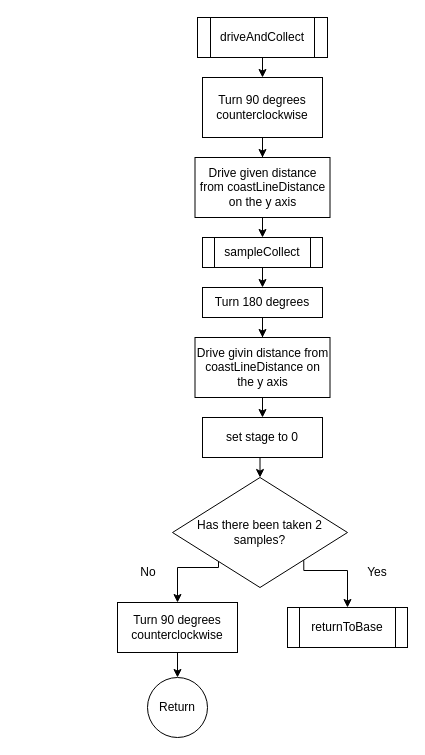
Earlier version of the draw.io diagram Draw/driveAndContinue.drawio (jens1906/P1-project-1.-semester). Source tidied: cells renumbered, new cells numbered last; positions are measured from the earlier drawing's top-left corner, leaving out a move shared by most shapes. Both pictures are drawn from the tidied source at 100%, with x=0, y=0 at pixel (117, 17).
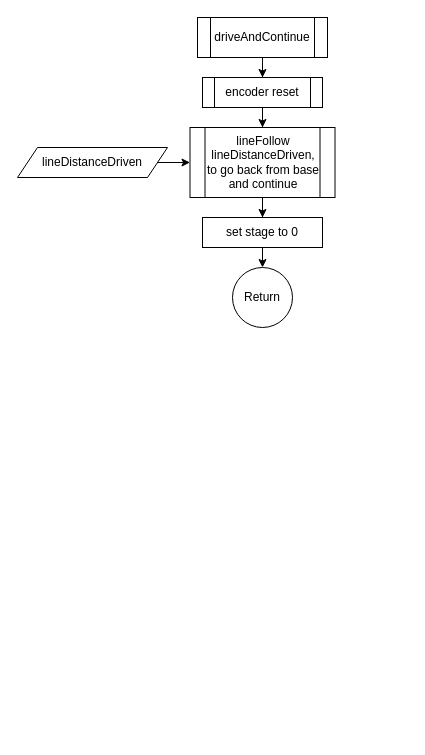
Above is the later version.

Change to the diagram source:
```diff
@@
-    <mxCell id="2" style="edgeStyle=orthogonalEdgeStyle;rounded=0;jettySize=auto;html=1;exitX=0.5;exitY=1;exitDx=0;exitDy=0;entryX=0.5;entryY=0;entryDx=0;entryDy=0;" parent="1" edge="1" source="3" target="5">
-      <mxGeometry relative="1" as="geometry" />
-    </mxCell>
+    <mxCell id="26" style="edgeStyle=orthogonalEdgeStyle;rounded=0;jettySize=auto;html=1;entryX=0.5;entryY=0;entryDx=0;entryDy=0;" parent="1" edge="1" source="3" target="28">
+      <mxGeometry relative="1" as="geometry" />
+    </mxCell>
-    <mxCell id="3" value="driveAndCollect" style="shape=process;whiteSpace=wrap;html=1;backgroundOutline=1;" parent="1" vertex="1">
+    <mxCell id="3" value="driveAndContinue" style="shape=process;whiteSpace=wrap;html=1;backgroundOutline=1;" parent="1" vertex="1">
       <mxGeometry x="80" width="130" height="40" as="geometry" />
     </mxCell>
-    <mxCell id="4" style="edgeStyle=orthogonalEdgeStyle;rounded=0;jettySize=auto;html=1;" parent="1" edge="1" source="5" target="7">
-      <mxGeometry relative="1" as="geometry" />
-    </mxCell>
-    <mxCell id="5" value="Turn 90 degrees counterclockwise" style="rounded=0;whiteSpace=wrap;html=1;" parent="1" vertex="1">
-      <mxGeometry x="85" y="60" width="120" height="60" as="geometry" />
-    </mxCell>
-    <mxCell id="6" style="edgeStyle=orthogonalEdgeStyle;rounded=0;jettySize=auto;html=1;exitX=0.5;exitY=1;exitDx=0;exitDy=0;entryX=0.5;entryY=0;entryDx=0;entryDy=0;" parent="1" edge="1" source="7" target="9">
-      <mxGeometry relative="1" as="geometry" />
-    </mxCell>
-    <mxCell id="7" value="Drive given distance from coastLineDistance on the y axis" style="rounded=0;whiteSpace=wrap;html=1;" parent="1" vertex="1">
-      <mxGeometry x="77.5" y="140" width="135" height="60" as="geometry" />
-    </mxCell>
-    <mxCell id="8" style="edgeStyle=orthogonalEdgeStyle;rounded=0;jettySize=auto;html=1;exitX=0.5;exitY=1;exitDx=0;exitDy=0;entryX=0.5;entryY=0;entryDx=0;entryDy=0;" parent="1" edge="1" source="9" target="11">
-      <mxGeometry relative="1" as="geometry" />
-    </mxCell>
-    <mxCell id="9" value="sampleCollect" style="shape=process;whiteSpace=wrap;html=1;backgroundOutline=1;" parent="1" vertex="1">
-      <mxGeometry x="85" y="220" width="120" height="30" as="geometry" />
-    </mxCell>
-    <mxCell id="10" style="edgeStyle=orthogonalEdgeStyle;rounded=0;jettySize=auto;html=1;" parent="1" edge="1" source="11" target="13">
-      <mxGeometry relative="1" as="geometry" />
-    </mxCell>
-    <mxCell id="11" value="Turn 180 degrees" style="rounded=0;whiteSpace=wrap;html=1;" parent="1" vertex="1">
-      <mxGeometry x="85" y="270" width="120" height="30" as="geometry" />
-    </mxCell>
-    <mxCell id="12" style="edgeStyle=orthogonalEdgeStyle;rounded=0;jettySize=auto;html=1;exitX=0.5;exitY=1;exitDx=0;exitDy=0;entryX=0.5;entryY=0;entryDx=0;entryDy=0;" parent="1" edge="1" source="13" target="25">
-      <mxGeometry relative="1" as="geometry" />
-    </mxCell>
-    <mxCell id="13" value="Drive givin distance from coastLineDistance on the y axis" style="whiteSpace=wrap;html=1;rounded=0;" parent="1" vertex="1">
-      <mxGeometry x="77.5" y="320" width="135" height="60" as="geometry" />
-    </mxCell>
-    <mxCell id="14" style="edgeStyle=orthogonalEdgeStyle;rounded=0;jettySize=auto;html=1;exitX=1;exitY=1;exitDx=0;exitDy=0;entryX=0.5;entryY=0;entryDx=0;entryDy=0;" parent="1" edge="1" source="16" target="17">
-      <mxGeometry relative="1" as="geometry">
-        <Array as="points">
-          <mxPoint x="230" y="553" />
-        </Array>
-      </mxGeometry>
-    </mxCell>
-    <mxCell id="15" style="edgeStyle=orthogonalEdgeStyle;rounded=0;jettySize=auto;html=1;exitX=0;exitY=1;exitDx=0;exitDy=0;entryX=0.5;entryY=0;entryDx=0;entryDy=0;" parent="1" edge="1" source="16" target="19">
-      <mxGeometry relative="1" as="geometry">
-        <Array as="points">
-          <mxPoint x="101" y="550" />
-          <mxPoint x="60" y="550" />
-        </Array>
-      </mxGeometry>
-    </mxCell>
-    <mxCell id="16" value="Has there been taken 2 samples?" style="rhombus;whiteSpace=wrap;html=1;" parent="1" vertex="1">
-      <mxGeometry x="55" y="460" width="175" height="110" as="geometry" />
-    </mxCell>
-    <mxCell id="17" value="returnToBase" style="shape=process;whiteSpace=wrap;html=1;backgroundOutline=1;" parent="1" vertex="1">
-      <mxGeometry x="170" y="590" width="120" height="40" as="geometry" />
-    </mxCell>
-    <mxCell id="18" style="edgeStyle=orthogonalEdgeStyle;rounded=0;jettySize=auto;html=1;entryX=0.5;entryY=0;entryDx=0;entryDy=0;" parent="1" edge="1" source="19" target="23">
-      <mxGeometry relative="1" as="geometry" />
-    </mxCell>
-    <mxCell id="19" value="Turn 90 degrees counterclockwise" style="rounded=0;whiteSpace=wrap;html=1;" parent="1" vertex="1">
-      <mxGeometry y="585" width="120" height="50" as="geometry" />
-    </mxCell>
-    <mxCell id="20" style="edgeStyle=orthogonalEdgeStyle;rounded=0;orthogonalLoop=1;jettySize=auto;html=1;exitX=0.5;exitY=1;exitDx=0;exitDy=0;" parent="1" edge="1" source="19" target="19">
-      <mxGeometry relative="1" as="geometry" />
-    </mxCell>
-    <mxCell id="21" value="Yes" style="text;html=1;strokeColor=none;fillColor=none;align=center;verticalAlign=middle;whiteSpace=wrap;rounded=0;" parent="1" vertex="1">
-      <mxGeometry x="230" y="540" width="60" height="30" as="geometry" />
-    </mxCell>
-    <mxCell id="22" value="No" style="text;html=1;strokeColor=none;fillColor=none;align=center;verticalAlign=middle;whiteSpace=wrap;rounded=0;" parent="1" vertex="1">
-      <mxGeometry x="1" y="540" width="60" height="30" as="geometry" />
-    </mxCell>
+    <mxCell id="27" style="edgeStyle=orthogonalEdgeStyle;rounded=0;jettySize=auto;html=1;" parent="1" edge="1" source="28" target="30">
+      <mxGeometry relative="1" as="geometry" />
+    </mxCell>
+    <mxCell id="28" value="encoder reset" style="shape=process;whiteSpace=wrap;html=1;backgroundOutline=1;" parent="1" vertex="1">
+      <mxGeometry x="85" y="60" width="120" height="30" as="geometry" />
+    </mxCell>
+    <mxCell id="29" style="edgeStyle=orthogonalEdgeStyle;rounded=0;jettySize=auto;html=1;" parent="1" edge="1" source="30" target="25">
+      <mxGeometry relative="1" as="geometry" />
+    </mxCell>
+    <mxCell id="30" value="lineFollow lineDistanceDriven, to go back from base and continue" style="shape=process;whiteSpace=wrap;html=1;backgroundOutline=1;" parent="1" vertex="1">
+      <mxGeometry x="72.5" y="110" width="145" height="70" as="geometry" />
+    </mxCell>
+    <mxCell id="31" style="edgeStyle=orthogonalEdgeStyle;rounded=0;jettySize=auto;html=1;exitX=1;exitY=0.5;exitDx=0;exitDy=0;entryX=0;entryY=0.5;entryDx=0;entryDy=0;" parent="1" edge="1" source="32" target="30">
+      <mxGeometry relative="1" as="geometry" />
+    </mxCell>
+    <mxCell id="32" value="lineDistanceDriven" style="shape=parallelogram;perimeter=parallelogramPerimeter;whiteSpace=wrap;html=1;fixedSize=1;" parent="1" vertex="1">
+      <mxGeometry x="-100" y="130" width="150" height="30" as="geometry" />
+    </mxCell>
+    <mxCell id="33" style="edgeStyle=orthogonalEdgeStyle;rounded=0;jettySize=auto;html=1;exitX=0.5;exitY=1;exitDx=0;exitDy=0;entryX=0.5;entryY=0;entryDx=0;entryDy=0;" parent="1" edge="1" source="25" target="23">
+      <mxGeometry relative="1" as="geometry" />
+    </mxCell>
+    <mxCell id="25" value="set stage to 0" style="whiteSpace=wrap;html=1;" parent="1" vertex="1">
+      <mxGeometry x="85" y="200" width="120" height="30" as="geometry" />
+    </mxCell>
     <mxCell id="23" value="Return" style="ellipse;whiteSpace=wrap;html=1;" parent="1" vertex="1">
-      <mxGeometry x="30" y="660" width="60" height="60" as="geometry" />
+      <mxGeometry x="115" y="250" width="60" height="60" as="geometry" />
     </mxCell>
-    <mxCell id="24" style="edgeStyle=orthogonalEdgeStyle;rounded=0;jettySize=auto;html=1;exitX=0.5;exitY=1;exitDx=0;exitDy=0;entryX=0.5;entryY=0;entryDx=0;entryDy=0;" parent="1" edge="1" source="25" target="16">
-      <mxGeometry relative="1" as="geometry" />
-    </mxCell>
-    <mxCell id="25" value="set stage to 0" style="rounded=0;whiteSpace=wrap;html=1;" parent="1" vertex="1">
-      <mxGeometry x="85" y="400" width="120" height="40" as="geometry" />
-    </mxCell>
```
